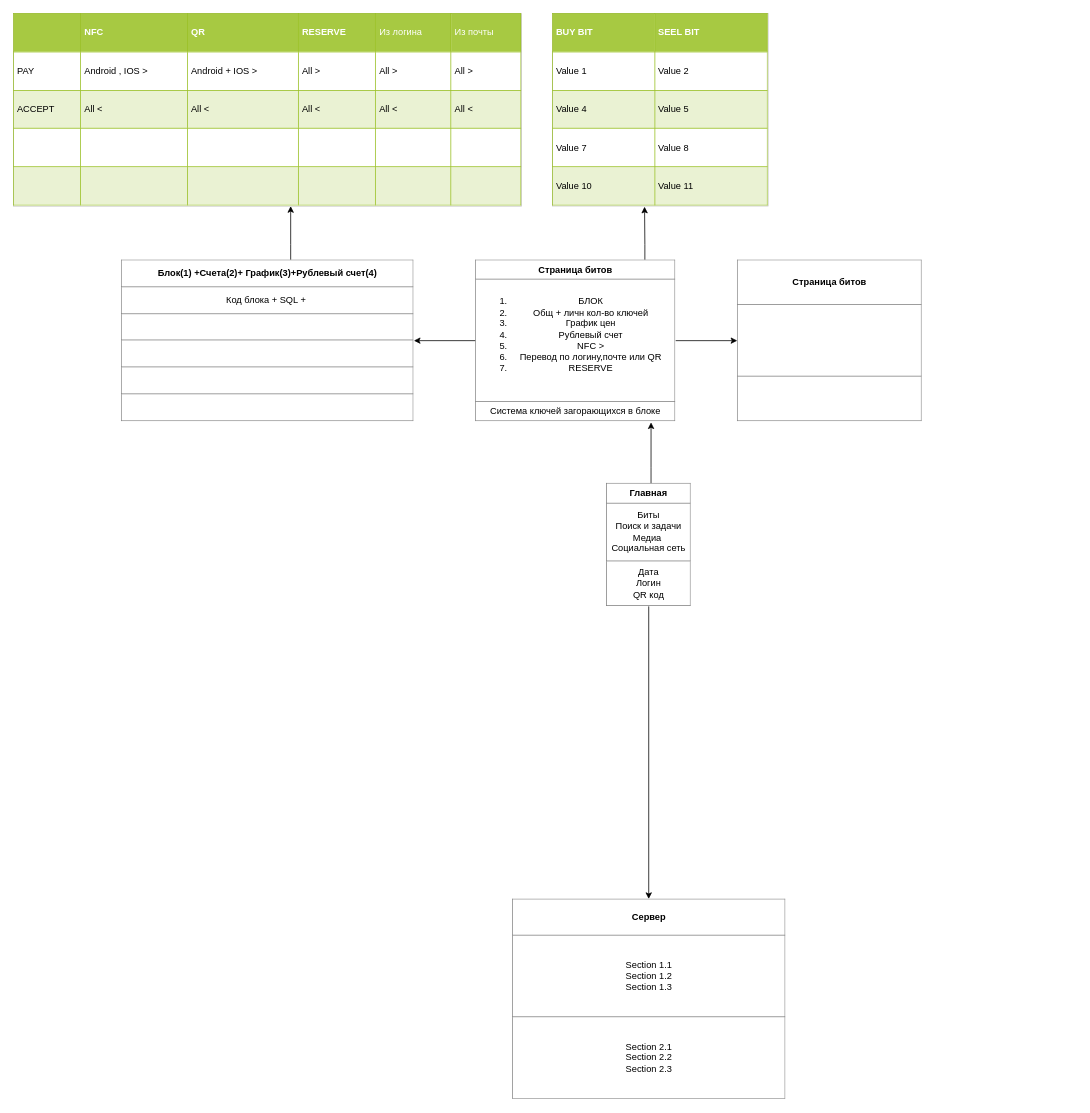
Earlier version of the draw.io diagram page "Page-1" (1 of 2) of Untitled Diagram.drawio (Process64/Project-Euler). Source tidied: cells renumbered, new cells numbered last; positions are measured from the earlier drawing's top-left corner, leaving out a move shared by most shapes. Both pictures are drawn from the tidied source at 77%, with x=0, y=0 at pixel (13, 13).
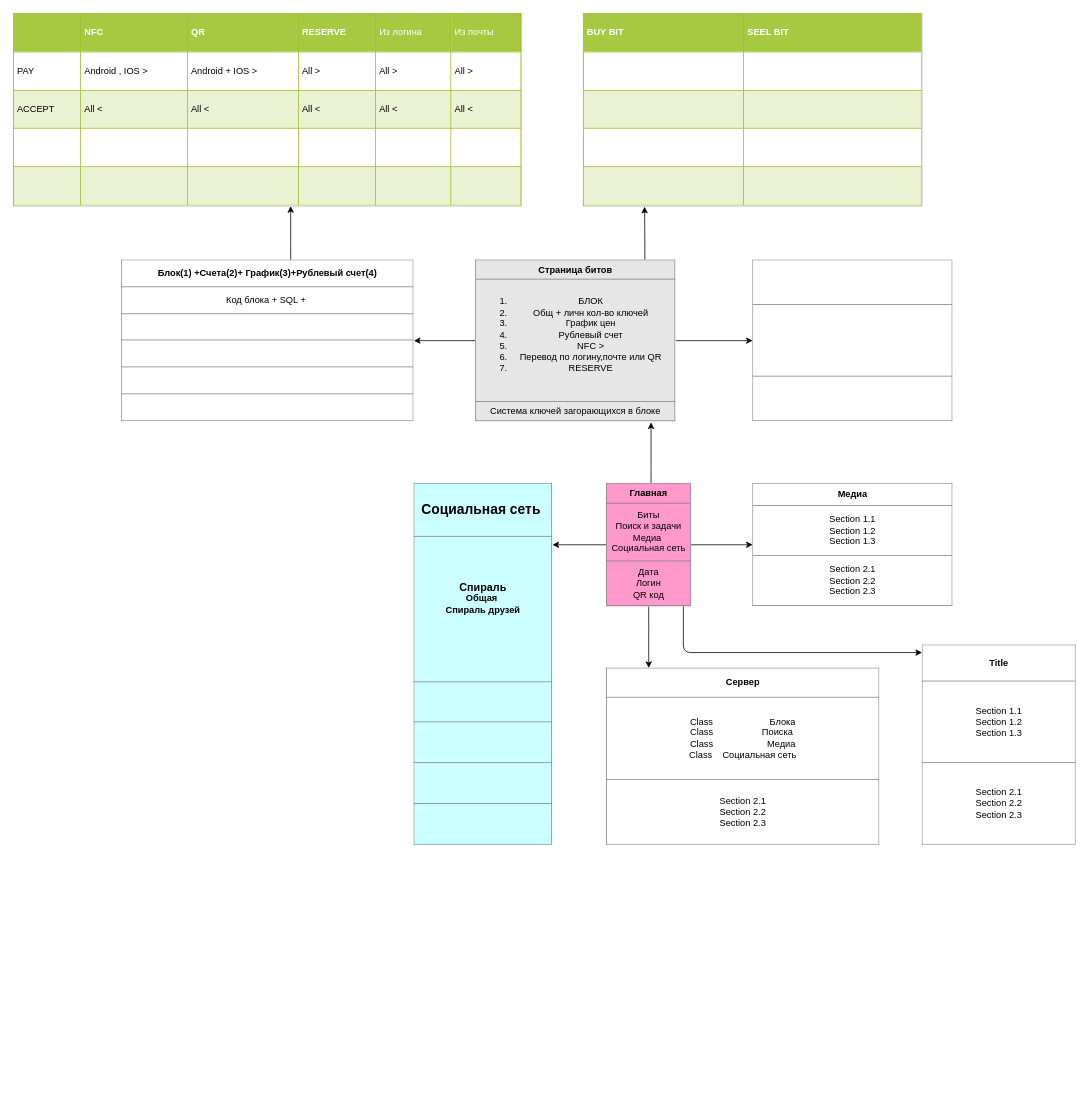
After the change.

Unchanged cells that the change refers to:
```xml
<mxCell id="11" value="&lt;table border=&quot;1&quot; width=&quot;100%&quot; cellpadding=&quot;4&quot; style=&quot;width: 100% ; height: 100% ; border-collapse: collapse&quot;&gt;&lt;tbody&gt;&lt;tr&gt;&lt;th align=&quot;center&quot;&gt;Блок(1) +Счета(2)+ График(3)+Рублевый счет(4)&lt;/th&gt;&lt;/tr&gt;&lt;tr&gt;&lt;td align=&quot;center&quot;&gt;Код блока + SQL +&amp;nbsp;&lt;/td&gt;&lt;/tr&gt;&lt;tr&gt;&lt;td style=&quot;text-align: center&quot;&gt;&lt;br&gt;&lt;/td&gt;&lt;/tr&gt;&lt;tr&gt;&lt;td&gt;&lt;br&gt;&lt;/td&gt;&lt;/tr&gt;&lt;tr&gt;&lt;td&gt;&lt;br&gt;&lt;/td&gt;&lt;/tr&gt;&lt;tr&gt;&lt;td&gt;&lt;br&gt;&lt;/td&gt;&lt;/tr&gt;&lt;/tbody&gt;&lt;/table&gt;" style="text;html=1;strokeColor=none;fillColor=none;overflow=fill;" parent="1" vertex="1">
  <mxGeometry x="140" y="319.8" width="380" height="210.2" as="geometry" />
</mxCell>
```

What changed in the source:
```diff
@@
-    <mxCell id="2" style="edgeStyle=orthogonalEdgeStyle;rounded=0;jettySize=auto;html=1;entryX=0.877;entryY=1.005;entryDx=0;entryDy=0;entryPerimeter=0;" parent="1" edge="1" source="4" target="8">
+    <mxCell id="2" style="edgeStyle=orthogonalEdgeStyle;rounded=0;jettySize=auto;html=1;entryX=0.877;entryY=1.005;entryDx=0;entryDy=0;entryPerimeter=0;fillColor=#E6E6E6;" parent="1" edge="1" source="4" target="8">
       <mxGeometry relative="1" as="geometry">
         <Array as="points">
           <mxPoint x="828" y="590" />
           <mxPoint x="828" y="590" />
         </Array>
       </mxGeometry>
     </mxCell>
-    <mxCell id="3" style="edgeStyle=orthogonalEdgeStyle;rounded=0;jettySize=auto;html=1;entryX=0.5;entryY=0;entryDx=0;entryDy=0;" parent="1" edge="1" source="4" target="12">
-      <mxGeometry relative="1" as="geometry" />
+    <mxCell id="3" style="edgeStyle=orthogonalEdgeStyle;rounded=0;jettySize=auto;html=1;" parent="1" edge="1" source="4" target="12">
+      <mxGeometry relative="1" as="geometry">
+        <Array as="points">
+          <mxPoint x="825" y="800" />
+          <mxPoint x="825" y="800" />
+        </Array>
+      </mxGeometry>
     </mxCell>
+    <mxCell id="15" style="edgeStyle=orthogonalEdgeStyle;rounded=0;jettySize=auto;html=1;" parent="1" edge="1" source="4" target="17">
+      <mxGeometry relative="1" as="geometry">
+        <Array as="points">
+          <mxPoint x="710" y="690" />
+          <mxPoint x="710" y="690" />
+        </Array>
+      </mxGeometry>
+    </mxCell>
+    <mxCell id="16" style="edgeStyle=orthogonalEdgeStyle;rounded=0;jettySize=auto;html=1;fillColor=#E6E6E6;" parent="1" edge="1" source="4" target="18">
+      <mxGeometry relative="1" as="geometry" />
+    </mxCell>
-    <mxCell id="4" value="&lt;table border=&quot;1&quot; width=&quot;100%&quot; cellpadding=&quot;4&quot; style=&quot;width: 100% ; height: 100% ; border-collapse: collapse&quot;&gt;&lt;tbody&gt;&lt;tr&gt;&lt;th align=&quot;center&quot;&gt;Главная&lt;/th&gt;&lt;/tr&gt;&lt;tr&gt;&lt;td align=&quot;center&quot;&gt;Биты&lt;br&gt;Поиск и задачи&lt;br&gt;Медиа&amp;nbsp;&lt;br&gt;Социальная сеть&lt;/td&gt;&lt;/tr&gt;&lt;tr&gt;&lt;td align=&quot;center&quot;&gt;Дата&lt;br&gt;Логин&lt;br&gt;QR код&lt;br&gt;&lt;/td&gt;&lt;/tr&gt;&lt;/tbody&gt;&lt;/table&gt;" style="text;html=1;strokeColor=none;fillColor=none;overflow=fill;" parent="1" vertex="1">
+    <mxCell id="4" value="&lt;table border=&quot;1&quot; width=&quot;100%&quot; cellpadding=&quot;4&quot; style=&quot;width: 100% ; height: 100% ; border-collapse: collapse&quot;&gt;&lt;tbody&gt;&lt;tr&gt;&lt;th align=&quot;center&quot;&gt;Главная&lt;/th&gt;&lt;/tr&gt;&lt;tr&gt;&lt;td align=&quot;center&quot;&gt;Биты&lt;br&gt;Поиск и задачи&lt;br&gt;Медиа&amp;nbsp;&lt;br&gt;Социальная сеть&lt;/td&gt;&lt;/tr&gt;&lt;tr&gt;&lt;td align=&quot;center&quot;&gt;Дата&lt;br&gt;Логин&lt;br&gt;QR код&lt;br&gt;&lt;/td&gt;&lt;/tr&gt;&lt;/tbody&gt;&lt;/table&gt;" style="text;html=1;strokeColor=none;fillColor=#FF99CC;overflow=fill;" parent="1" vertex="1">
       <mxGeometry x="770" y="610" width="110" height="160" as="geometry" />
     </mxCell>
-    <mxCell id="5" style="edgeStyle=orthogonalEdgeStyle;rounded=0;jettySize=auto;html=1;" parent="1" edge="1" source="8" target="11">
+    <mxCell id="5" style="edgeStyle=orthogonalEdgeStyle;rounded=0;jettySize=auto;html=1;fillColor=#E6E6E6;" parent="1" edge="1" source="8" target="11">
       <mxGeometry relative="1" as="geometry" />
     </mxCell>
-    <mxCell id="6" style="edgeStyle=orthogonalEdgeStyle;rounded=0;jettySize=auto;html=1;" parent="1" edge="1" source="8" target="9">
+    <mxCell id="6" style="edgeStyle=orthogonalEdgeStyle;rounded=0;jettySize=auto;html=1;fillColor=#E6E6E6;" parent="1" edge="1" source="8" target="9">
       <mxGeometry relative="1" as="geometry" />
     </mxCell>
-    <mxCell id="7" style="edgeStyle=orthogonalEdgeStyle;rounded=0;jettySize=auto;html=1;entryX=0.383;entryY=1.004;entryDx=0;entryDy=0;entryPerimeter=0;" parent="1" edge="1" source="8">
+    <mxCell id="7" style="edgeStyle=orthogonalEdgeStyle;rounded=0;jettySize=auto;html=1;entryX=0.383;entryY=1.004;entryDx=0;entryDy=0;entryPerimeter=0;fillColor=#E6E6E6;" parent="1" edge="1" source="8">
       <mxGeometry relative="1" as="geometry">
         <mxPoint x="819.6" y="251" as="targetPoint" />
         <Array as="points">
           <mxPoint x="820" y="300" />
           <mxPoint x="820" y="300" />
         </Array>
       </mxGeometry>
     </mxCell>
-    <mxCell id="8" value="&lt;table border=&quot;1&quot; width=&quot;100%&quot; cellpadding=&quot;4&quot; style=&quot;width: 100% ; height: 100% ; border-collapse: collapse&quot; align=&quot;left&quot;&gt;&lt;tbody&gt;&lt;tr&gt;&lt;th align=&quot;center&quot;&gt;Страница битов&lt;/th&gt;&lt;/tr&gt;&lt;tr&gt;&lt;td align=&quot;center&quot;&gt;&lt;ol&gt;&lt;li&gt;БЛОК&lt;/li&gt;&lt;li&gt;Общ + личн кол-во ключей&lt;/li&gt;&lt;li&gt;График цен&lt;/li&gt;&lt;li&gt;Рублевый счет&lt;/li&gt;&lt;li&gt;NFC &amp;gt;&lt;/li&gt;&lt;li&gt;Перевод по логину,почте или QR&lt;/li&gt;&lt;li&gt;RESERVE&lt;/li&gt;&lt;/ol&gt;&lt;br&gt;&lt;/td&gt;&lt;/tr&gt;&lt;tr&gt;&lt;td align=&quot;center&quot;&gt;Система ключей загорающихся в блоке&lt;/td&gt;&lt;/tr&gt;&lt;/tbody&gt;&lt;/table&gt;" style="text;html=1;strokeColor=none;fillColor=none;overflow=fill;" parent="1" vertex="1">
+    <mxCell id="8" value="&lt;table border=&quot;1&quot; width=&quot;100%&quot; cellpadding=&quot;4&quot; style=&quot;width: 100% ; height: 100% ; border-collapse: collapse&quot; align=&quot;left&quot;&gt;&lt;tbody&gt;&lt;tr&gt;&lt;th align=&quot;center&quot;&gt;Страница битов&lt;/th&gt;&lt;/tr&gt;&lt;tr&gt;&lt;td align=&quot;center&quot;&gt;&lt;ol&gt;&lt;li&gt;БЛОК&lt;/li&gt;&lt;li&gt;Общ + личн кол-во ключей&lt;/li&gt;&lt;li&gt;График цен&lt;/li&gt;&lt;li&gt;Рублевый счет&lt;/li&gt;&lt;li&gt;NFC &amp;gt;&lt;/li&gt;&lt;li&gt;Перевод по логину,почте или QR&lt;/li&gt;&lt;li&gt;RESERVE&lt;/li&gt;&lt;/ol&gt;&lt;br&gt;&lt;/td&gt;&lt;/tr&gt;&lt;tr&gt;&lt;td align=&quot;center&quot;&gt;Система ключей загорающихся в блоке&lt;/td&gt;&lt;/tr&gt;&lt;/tbody&gt;&lt;/table&gt;" style="text;html=1;strokeColor=none;fillColor=#E6E6E6;overflow=fill;" parent="1" vertex="1">
       <mxGeometry x="600" y="319.8" width="260" height="210.2" as="geometry" />
     </mxCell>
-    <mxCell id="9" value="&lt;table border=&quot;1&quot; width=&quot;100%&quot; cellpadding=&quot;4&quot; style=&quot;width: 100% ; height: 100% ; border-collapse: collapse&quot; align=&quot;left&quot;&gt;&lt;tbody&gt;&lt;tr&gt;&lt;th align=&quot;center&quot;&gt;Страница битов&lt;/th&gt;&lt;/tr&gt;&lt;tr&gt;&lt;td align=&quot;center&quot;&gt;&lt;div&gt;&lt;br&gt;&lt;/div&gt;&lt;br&gt;&lt;/td&gt;&lt;/tr&gt;&lt;tr&gt;&lt;td align=&quot;center&quot;&gt;&lt;br&gt;&lt;/td&gt;&lt;/tr&gt;&lt;/tbody&gt;&lt;/table&gt;" style="text;html=1;strokeColor=none;fillColor=none;overflow=fill;" parent="1" vertex="1">
-      <mxGeometry x="940" y="319.8" width="240" height="210.2" as="geometry" />
+    <mxCell id="9" value="&lt;table border=&quot;1&quot; width=&quot;100%&quot; cellpadding=&quot;4&quot; style=&quot;width: 100% ; height: 100% ; border-collapse: collapse&quot; align=&quot;left&quot;&gt;&lt;tbody&gt;&lt;tr&gt;&lt;th align=&quot;center&quot;&gt;&lt;br&gt;&lt;/th&gt;&lt;/tr&gt;&lt;tr&gt;&lt;td align=&quot;center&quot;&gt;&lt;div&gt;&lt;br&gt;&lt;/div&gt;&lt;br&gt;&lt;/td&gt;&lt;/tr&gt;&lt;tr&gt;&lt;td align=&quot;center&quot;&gt;&lt;br&gt;&lt;/td&gt;&lt;/tr&gt;&lt;/tbody&gt;&lt;/table&gt;" style="text;html=1;strokeColor=none;fillColor=none;overflow=fill;" parent="1" vertex="1">
+      <mxGeometry x="960" y="319.8" width="260" height="210.2" as="geometry" />
     </mxCell>
@@
-    <mxCell id="12" value="&lt;table border=&quot;1&quot; width=&quot;100%&quot; cellpadding=&quot;4&quot; style=&quot;width: 100% ; height: 100% ; border-collapse: collapse&quot;&gt;&lt;tbody&gt;&lt;tr&gt;&lt;th align=&quot;center&quot;&gt;Сервер&lt;/th&gt;&lt;/tr&gt;&lt;tr&gt;&lt;td align=&quot;center&quot;&gt;Section 1.1&lt;br&gt;Section 1.2&lt;br&gt;Section 1.3&lt;/td&gt;&lt;/tr&gt;&lt;tr&gt;&lt;td align=&quot;center&quot;&gt;Section 2.1&lt;br&gt;Section 2.2&lt;br&gt;Section 2.3&lt;/td&gt;&lt;/tr&gt;&lt;/tbody&gt;&lt;/table&gt;" style="text;html=1;strokeColor=none;fillColor=none;overflow=fill;" parent="1" vertex="1">
-      <mxGeometry x="647.5" y="1150" width="355" height="260" as="geometry" />
+    <mxCell id="12" value="&lt;table border=&quot;1&quot; width=&quot;100%&quot; cellpadding=&quot;4&quot; style=&quot;width: 100% ; height: 100% ; border-collapse: collapse&quot;&gt;&lt;tbody&gt;&lt;tr&gt;&lt;th align=&quot;center&quot;&gt;Сервер&lt;/th&gt;&lt;/tr&gt;&lt;tr&gt;&lt;td align=&quot;center&quot;&gt;Class&amp;nbsp; &amp;nbsp; &amp;nbsp; &amp;nbsp; &amp;nbsp; &amp;nbsp; &amp;nbsp; &amp;nbsp; &amp;nbsp; &amp;nbsp; &amp;nbsp; Блока&lt;br&gt;Class&amp;nbsp; &amp;nbsp; &amp;nbsp; &amp;nbsp; &amp;nbsp; &amp;nbsp; &amp;nbsp; &amp;nbsp; &amp;nbsp; &amp;nbsp;Поиска&amp;nbsp;&lt;br&gt;Class&amp;nbsp; &amp;nbsp; &amp;nbsp; &amp;nbsp; &amp;nbsp; &amp;nbsp; &amp;nbsp; &amp;nbsp; &amp;nbsp; &amp;nbsp; &amp;nbsp;Медиа&lt;br&gt;Class&amp;nbsp; &amp;nbsp; Социальная сеть&lt;/td&gt;&lt;/tr&gt;&lt;tr&gt;&lt;td align=&quot;center&quot;&gt;Section 2.1&lt;br&gt;Section 2.2&lt;br&gt;Section 2.3&lt;/td&gt;&lt;/tr&gt;&lt;/tbody&gt;&lt;/table&gt;" style="text;html=1;strokeColor=none;fillColor=none;overflow=fill;" parent="1" vertex="1">
+      <mxGeometry x="770" y="850" width="355" height="230" as="geometry" />
     </mxCell>
@@
-    <mxCell id="14" value="&lt;table border=&quot;1&quot; width=&quot;100%&quot; cellpadding=&quot;4&quot; style=&quot;width: 100% ; height: 100% ; border-collapse: collapse&quot;&gt;&lt;tbody&gt;&lt;tr style=&quot;background-color: #a7c942 ; color: #ffffff ; border: 1px solid #98bf21&quot;&gt;&lt;th align=&quot;left&quot;&gt;BUY BIT&lt;/th&gt;&lt;th align=&quot;left&quot;&gt;SEEL BIT&lt;/th&gt;&lt;/tr&gt;&lt;tr style=&quot;border: 1px solid #98bf21&quot;&gt;&lt;td&gt;Value 1&lt;/td&gt;&lt;td&gt;Value 2&lt;/td&gt;&lt;/tr&gt;&lt;tr style=&quot;background-color: #eaf2d3 ; border: 1px solid #98bf21&quot;&gt;&lt;td&gt;Value 4&lt;/td&gt;&lt;td&gt;Value 5&lt;/td&gt;&lt;/tr&gt;&lt;tr style=&quot;border: 1px solid #98bf21&quot;&gt;&lt;td&gt;Value 7&lt;/td&gt;&lt;td&gt;Value 8&lt;/td&gt;&lt;/tr&gt;&lt;tr style=&quot;background-color: #eaf2d3 ; border: 1px solid #98bf21&quot;&gt;&lt;td&gt;Value 10&lt;/td&gt;&lt;td&gt;Value 11&lt;/td&gt;&lt;/tr&gt;&lt;/tbody&gt;&lt;/table&gt;" style="text;html=1;strokeColor=#c0c0c0;fillColor=#ffffff;overflow=fill;rounded=0;" parent="1" vertex="1">
-      <mxGeometry x="700" width="280" height="250" as="geometry" />
+    <mxCell id="14" value="&lt;table border=&quot;1&quot; width=&quot;100%&quot; cellpadding=&quot;4&quot; style=&quot;width: 100% ; height: 100% ; border-collapse: collapse&quot;&gt;&lt;tbody&gt;&lt;tr style=&quot;background-color: #a7c942 ; color: #ffffff ; border: 1px solid #98bf21&quot;&gt;&lt;th align=&quot;left&quot;&gt;BUY BIT&lt;/th&gt;&lt;th align=&quot;left&quot;&gt;SEEL BIT&lt;/th&gt;&lt;/tr&gt;&lt;tr style=&quot;border: 1px solid #98bf21&quot;&gt;&lt;td&gt;&lt;br&gt;&lt;/td&gt;&lt;td&gt;&lt;br&gt;&lt;/td&gt;&lt;/tr&gt;&lt;tr style=&quot;background-color: #eaf2d3 ; border: 1px solid #98bf21&quot;&gt;&lt;td&gt;&lt;br&gt;&lt;/td&gt;&lt;td&gt;&lt;br&gt;&lt;/td&gt;&lt;/tr&gt;&lt;tr style=&quot;border: 1px solid #98bf21&quot;&gt;&lt;td&gt;&lt;br&gt;&lt;/td&gt;&lt;td&gt;&lt;br&gt;&lt;/td&gt;&lt;/tr&gt;&lt;tr style=&quot;background-color: #eaf2d3 ; border: 1px solid #98bf21&quot;&gt;&lt;td&gt;&lt;br&gt;&lt;/td&gt;&lt;td&gt;&lt;br&gt;&lt;/td&gt;&lt;/tr&gt;&lt;/tbody&gt;&lt;/table&gt;" style="text;html=1;strokeColor=#c0c0c0;fillColor=#ffffff;overflow=fill;rounded=0;" parent="1" vertex="1">
+      <mxGeometry x="740" y="0.2" width="440" height="250" as="geometry" />
     </mxCell>
+    <mxCell id="17" value="&lt;table border=&quot;1&quot; width=&quot;100%&quot; cellpadding=&quot;4&quot; style=&quot;width: 100% ; height: 100% ; border-collapse: collapse&quot;&gt;&lt;tbody&gt;&lt;tr&gt;&lt;th align=&quot;center&quot;&gt;&lt;font style=&quot;font-size: 18px&quot;&gt;Социальная сеть&amp;nbsp;&lt;/font&gt;&lt;/th&gt;&lt;/tr&gt;&lt;tr&gt;&lt;td align=&quot;center&quot;&gt;&lt;b&gt;&lt;font style=&quot;font-size: 14px&quot;&gt;Спираль&lt;/font&gt;&lt;br&gt;Общая&amp;nbsp;&lt;br&gt;Спираль друзей&lt;br&gt;&lt;br&gt;&lt;br&gt;&lt;/b&gt;&lt;/td&gt;&lt;/tr&gt;&lt;tr&gt;&lt;td&gt;&lt;br&gt;&lt;/td&gt;&lt;/tr&gt;&lt;tr&gt;&lt;td&gt;&lt;br&gt;&lt;/td&gt;&lt;/tr&gt;&lt;tr&gt;&lt;td&gt;&lt;br&gt;&lt;/td&gt;&lt;/tr&gt;&lt;tr&gt;&lt;td align=&quot;center&quot;&gt;&lt;br&gt;&lt;/td&gt;&lt;/tr&gt;&lt;/tbody&gt;&lt;/table&gt;" style="text;html=1;strokeColor=none;fillColor=#CCFFFF;overflow=fill;" parent="1" vertex="1">
+      <mxGeometry x="520" y="610" width="180" height="470" as="geometry" />
+    </mxCell>
+    <mxCell id="18" value="&lt;table border=&quot;1&quot; width=&quot;100%&quot; cellpadding=&quot;4&quot; style=&quot;width: 100% ; height: 100% ; border-collapse: collapse&quot;&gt;&lt;tbody&gt;&lt;tr&gt;&lt;th align=&quot;center&quot;&gt;Медиа&lt;/th&gt;&lt;/tr&gt;&lt;tr&gt;&lt;td align=&quot;center&quot;&gt;Section 1.1&lt;br&gt;Section 1.2&lt;br&gt;Section 1.3&lt;/td&gt;&lt;/tr&gt;&lt;tr&gt;&lt;td align=&quot;center&quot;&gt;Section 2.1&lt;br&gt;Section 2.2&lt;br&gt;Section 2.3&lt;/td&gt;&lt;/tr&gt;&lt;/tbody&gt;&lt;/table&gt;" style="text;html=1;strokeColor=none;fillColor=none;overflow=fill;" parent="1" vertex="1">
+      <mxGeometry x="960" y="610" width="260" height="160" as="geometry" />
+    </mxCell>
+    <mxCell id="19" style="edgeStyle=segmentEdgeStyle;endArrow=classic;html=1;fillColor=#E6E6E6;" parent="1" edge="1">
+      <mxGeometry relative="1" as="geometry">
+        <mxPoint x="870" y="770" as="sourcePoint" />
+        <mxPoint x="1180" y="830" as="targetPoint" />
+        <Array as="points">
+          <mxPoint x="870" y="830" />
+          <mxPoint x="1180" y="830" />
+        </Array>
+      </mxGeometry>
+    </mxCell>
+    <mxCell id="20" value="&lt;table border=&quot;1&quot; width=&quot;100%&quot; height=&quot;100%&quot; cellpadding=&quot;4&quot; style=&quot;width:100%;height:100%;border-collapse:collapse;&quot;&gt;&lt;tr&gt;&lt;th align=&quot;center&quot;&gt;&lt;b&gt;Title&lt;/b&gt;&lt;/th&gt;&lt;/tr&gt;&lt;tr&gt;&lt;td align=&quot;center&quot;&gt;Section 1.1&#10;Section 1.2&#10;Section 1.3&lt;/td&gt;&lt;/tr&gt;&lt;tr&gt;&lt;td align=&quot;center&quot;&gt;Section 2.1&#10;Section 2.2&#10;Section 2.3&lt;/td&gt;&lt;/tr&gt;&lt;/table&gt;" style="text;html=1;strokeColor=none;fillColor=none;overflow=fill;" parent="1" vertex="1">
+      <mxGeometry x="1180" y="820" width="200" height="260" as="geometry" />
+    </mxCell>
```
